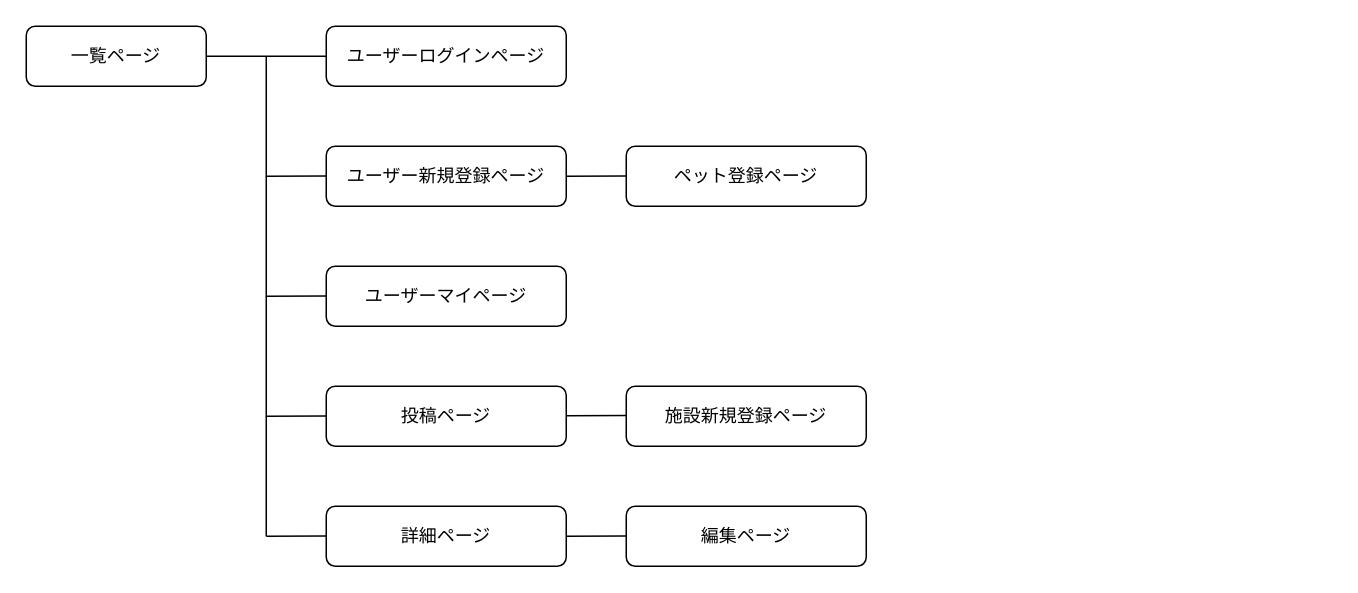
Earlier version of the draw.io diagram OwD_UIflow.dio (ChisatoMatoba/odekake-with-dogs). Source tidied: cells renumbered, new cells numbered last; positions are measured from the earlier drawing's top-left corner, leaving out a move shared by most shapes. Both pictures are drawn from the tidied source at 150%, with x=0, y=0 at pixel (26, 26).
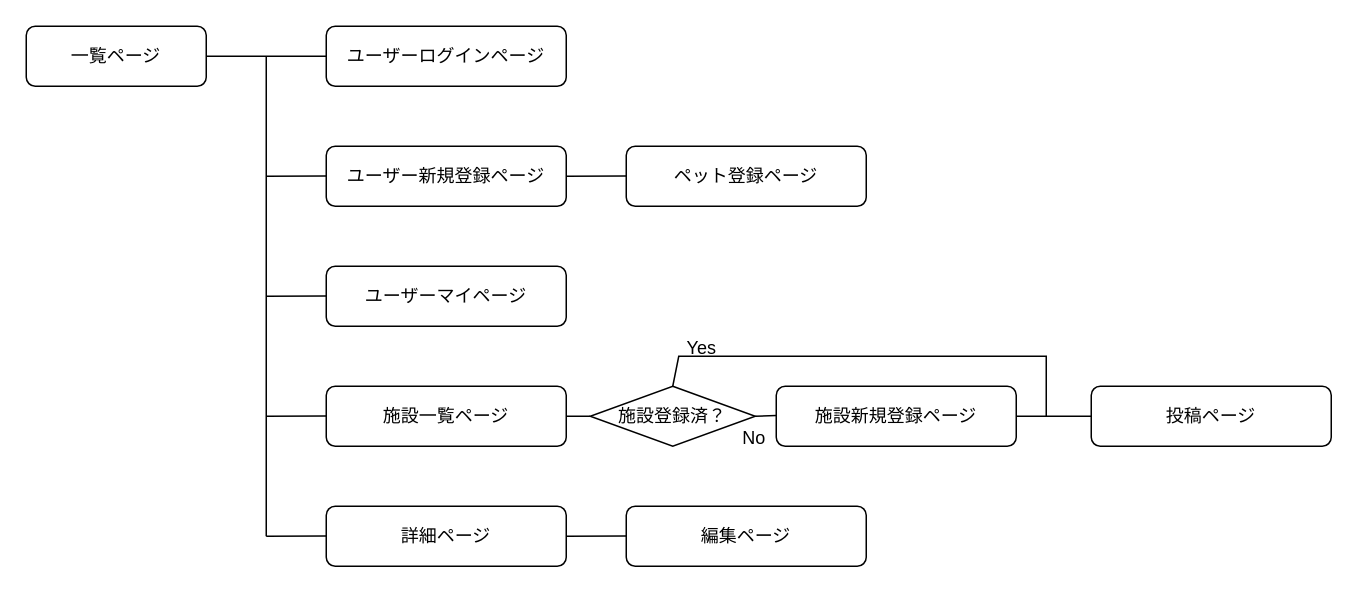
The same page after the edit.

Commit message (it also covers changes not shown here):
画面遷移図修正

Change to the diagram source:
```diff
@@
-    <mxCell id="6" value="投稿ページ" style="rounded=1;whiteSpace=wrap;html=1;" parent="1" vertex="1">
+    <mxCell id="6" value="施設一覧ページ" style="rounded=1;whiteSpace=wrap;html=1;" parent="1" vertex="1">
       <mxGeometry x="200" y="240" width="160" height="40" as="geometry" />
     </mxCell>
@@
+    <mxCell id="20" style="edgeStyle=none;html=1;endArrow=none;endFill=0;" parent="1" edge="1" source="18" target="21">
+      <mxGeometry relative="1" as="geometry" />
+    </mxCell>
     <mxCell id="18" value="施設新規登録ページ" style="rounded=1;whiteSpace=wrap;html=1;" parent="1" vertex="1">
-      <mxGeometry x="400" y="240" width="160" height="40" as="geometry" />
+      <mxGeometry x="500" y="240" width="160" height="40" as="geometry" />
     </mxCell>
-    <mxCell id="19" style="edgeStyle=none;html=1;entryX=0;entryY=0.5;entryDx=0;entryDy=0;endArrow=none;endFill=0;" parent="1" edge="1">
+    <mxCell id="19" style="edgeStyle=none;html=1;entryX=0;entryY=0.5;entryDx=0;entryDy=0;endArrow=none;endFill=0;exitX=1;exitY=0.5;exitDx=0;exitDy=0;" parent="1" edge="1" source="24">
       <mxGeometry relative="1" as="geometry">
-        <mxPoint x="360" y="259.7" as="sourcePoint" />
-        <mxPoint x="400" y="259.5" as="targetPoint" />
+        <mxPoint x="500" y="259.5" as="targetPoint" />
       </mxGeometry>
     </mxCell>
+    <mxCell id="21" value="投稿ページ" style="rounded=1;whiteSpace=wrap;html=1;" parent="1" vertex="1">
+      <mxGeometry x="710" y="240" width="160" height="40" as="geometry" />
+    </mxCell>
+    <mxCell id="22" style="edgeStyle=none;html=1;exitX=0;exitY=0.5;exitDx=0;exitDy=0;entryX=1;entryY=0.5;entryDx=0;entryDy=0;endArrow=none;endFill=0;" parent="1" edge="1" source="24" target="6">
+      <mxGeometry relative="1" as="geometry" />
+    </mxCell>
+    <mxCell id="23" style="edgeStyle=none;html=1;exitX=0.5;exitY=0;exitDx=0;exitDy=0;endArrow=none;endFill=0;rounded=0;" parent="1" edge="1" source="24">
+      <mxGeometry relative="1" as="geometry">
+        <mxPoint x="680" y="260" as="targetPoint" />
+        <Array as="points">
+          <mxPoint x="435" y="220" />
+          <mxPoint x="680" y="220" />
+        </Array>
+      </mxGeometry>
+    </mxCell>
+    <mxCell id="24" value="施設登録済？" style="rhombus;whiteSpace=wrap;html=1;" parent="1" vertex="1">
+      <mxGeometry x="376" y="240" width="110" height="40" as="geometry" />
+    </mxCell>
+    <mxCell id="25" value="Yes" style="text;html=1;align=center;verticalAlign=middle;strokeColor=none;fillColor=none;" parent="1" vertex="1">
+      <mxGeometry x="430" y="200" width="40" height="30" as="geometry" />
+    </mxCell>
+    <mxCell id="26" value="No" style="text;html=1;align=center;verticalAlign=middle;strokeColor=none;fillColor=none;" parent="1" vertex="1">
+      <mxGeometry x="465" y="260" width="40" height="30" as="geometry" />
+    </mxCell>
```
